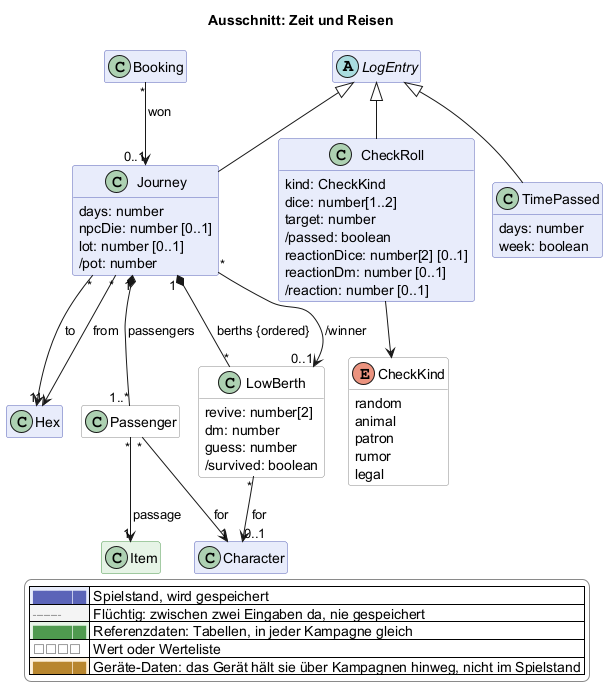
scuzzar/SRE keeps this PlantUML diagram as docs/views/reise.png. Above is the earlier version.
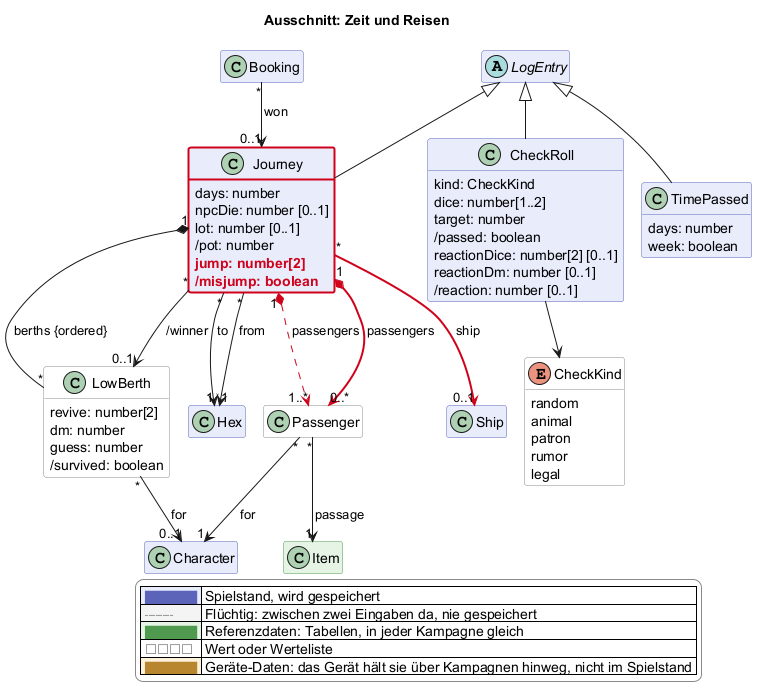
The same diagram one commit later.

The edit, as a diff of the source:
```diff
@@ -72,6 +72,7 @@
   class Booking $shop
   class Character $charakter
 
+  class Ship $schiffe
 
 
   class Hex $sektor
@@ -103,6 +104,8 @@
     npcDie: number [0..1]
     lot: number [0..1]
     /pot: number
+    $new("2026-11-16d", "jump: number[2]")
+    $new("2026-11-16d", "/misjump: boolean")
   }
   class Passenger <<value>> $reise {
   }
@@ -124,12 +127,14 @@
 LogEntry <|-- Journey
 Journey "*" --> "1" Hex : from
 Journey "*" --> "1" Hex : to
-Journey "1" *-- "1..*" Passenger : passengers
+Journey "1" *-$goneArrow("2026-11-16d")-> "1..*" Passenger : passengers
+Journey "1" *-$newArrow("2026-11-16d")-> "0..*" Passenger : passengers
 Passenger "*" --> "1" Character : for
 Passenger "*" --> "1" Item : passage
 Journey "1" *-- "*" LowBerth : berths {ordered}
 LowBerth "*" --> "0..1" Character : for
 Journey "*" --> "0..1" LowBerth : /winner
+Journey "*" -$newArrow("2026-11-16d")-> "0..1" Ship : ship
 Booking "*" --> "0..1" Journey : won
 
 
@@ -150,4 +155,5 @@
   |<#ffffff> <color:#8a8a8a>□□□□</color> | Wert oder Werteliste |
   |<#fdf1dc> <color:#b8862e>████</color> | Geräte-Daten: das Gerät hält sie über Kampagnen hinweg, nicht im Spielstand |
 endlegend
+class Journey #line:d0021b;line.bold
 @enduml
```
